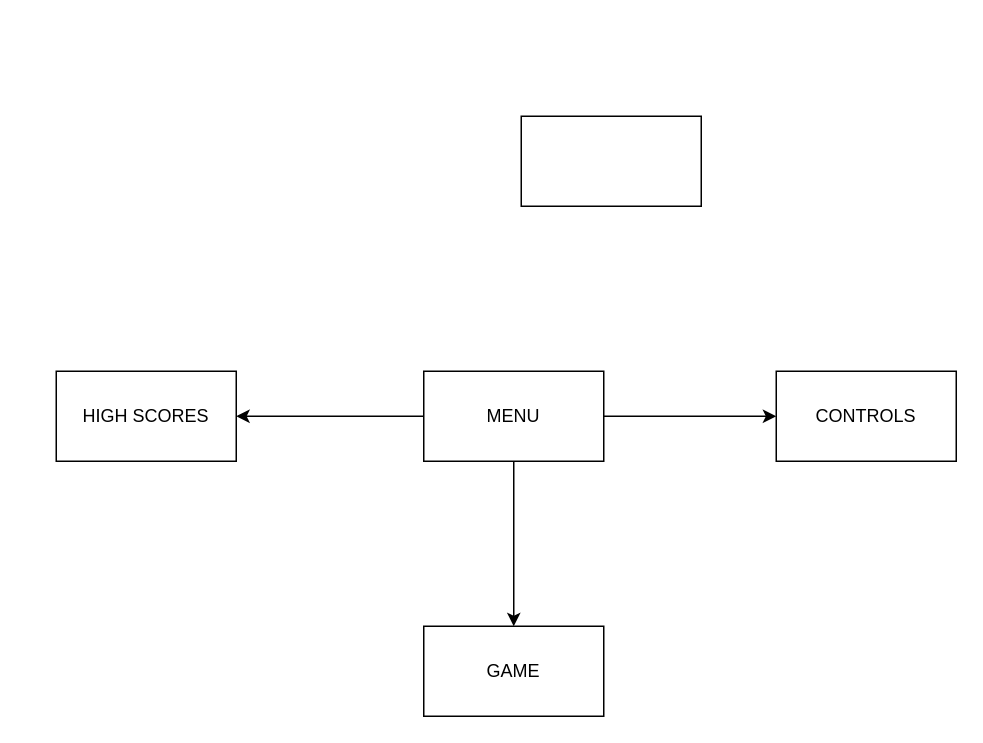
Llordy/RESTLESS keeps this draw.io diagram as page "MAIN MENU" (1 of 2) of Design.drawio. Above is the earlier version. Source tidied: cells renumbered, new cells numbered last; positions are measured from the earlier drawing's top-left corner, leaving out a move shared by most shapes. Both pictures are drawn from the tidied source at 150%, with x=0, y=0 at pixel (56, 116).
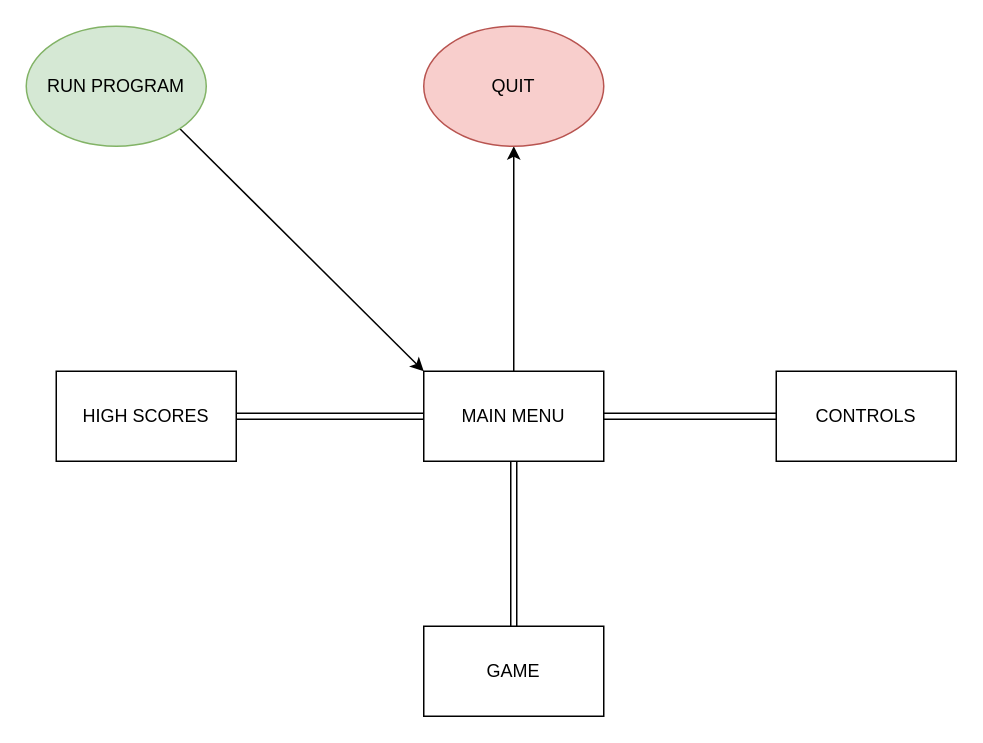
After the change.

Diff of the diagram source:
```diff
@@
 <mxGraphModel>
   <root>
     <mxCell id="0" />
     <mxCell id="1" parent="0" />
-    <mxCell id="2" style="edgeStyle=orthogonalEdgeStyle;rounded=0;jettySize=auto;html=1;" parent="1" edge="1" source="5">
+    <mxCell id="2" style="edgeStyle=orthogonalEdgeStyle;rounded=0;jettySize=auto;html=1;shape=link;" parent="1" edge="1" source="5">
       <mxGeometry relative="1" as="geometry">
         <mxPoint x="305" y="340" as="targetPoint" />
       </mxGeometry>
     </mxCell>
-    <mxCell id="3" style="edgeStyle=orthogonalEdgeStyle;rounded=0;jettySize=auto;html=1;entryX=1;entryY=0.5;entryDx=0;entryDy=0;" parent="1" edge="1" source="5" target="7">
+    <mxCell id="3" style="edgeStyle=orthogonalEdgeStyle;rounded=0;jettySize=auto;html=1;entryX=1;entryY=0.5;entryDx=0;entryDy=0;shape=link;" parent="1" edge="1" source="5" target="7">
       <mxGeometry relative="1" as="geometry" />
     </mxCell>
-    <mxCell id="4" style="edgeStyle=orthogonalEdgeStyle;rounded=0;jettySize=auto;html=1;entryX=0;entryY=0.5;entryDx=0;entryDy=0;" parent="1" edge="1" source="5" target="8">
+    <mxCell id="4" style="edgeStyle=orthogonalEdgeStyle;rounded=0;jettySize=auto;html=1;entryX=0;entryY=0.5;entryDx=0;entryDy=0;shape=link;" parent="1" edge="1" source="5" target="8">
       <mxGeometry relative="1" as="geometry" />
     </mxCell>
+    <mxCell id="10" style="edgeStyle=orthogonalEdgeStyle;rounded=0;jettySize=auto;html=1;entryX=0.5;entryY=1;entryDx=0;entryDy=0;" parent="1" edge="1" source="5" target="13">
+      <mxGeometry relative="1" as="geometry" />
+    </mxCell>
+    <mxCell id="11" style="rounded=0;jettySize=auto;html=1;exitX=1;exitY=1;exitDx=0;exitDy=0;entryX=0;entryY=0;entryDx=0;entryDy=0;" parent="1" edge="1" source="12" target="5">
+      <mxGeometry relative="1" as="geometry" />
+    </mxCell>
-    <mxCell id="5" value="MENU" style="whiteSpace=wrap;html=1;" parent="1" vertex="1">
+    <mxCell id="5" value="MAIN MENU" style="whiteSpace=wrap;html=1;" parent="1" vertex="1">
       <mxGeometry x="245" y="170" width="120" height="60" as="geometry" />
     </mxCell>
     <mxCell id="6" value="GAME" style="whiteSpace=wrap;html=1;" parent="1" vertex="1">
       <mxGeometry x="245" y="340" width="120" height="60" as="geometry" />
     </mxCell>
     <mxCell id="7" value="HIGH SCORES" style="rounded=0;whiteSpace=wrap;html=1;" parent="1" vertex="1">
       <mxGeometry y="170" width="120" height="60" as="geometry" />
     </mxCell>
     <mxCell id="8" value="CONTROLS" style="whiteSpace=wrap;html=1;" parent="1" vertex="1">
       <mxGeometry x="480" y="170" width="120" height="60" as="geometry" />
     </mxCell>
-    <mxCell id="9" style="whiteSpace=wrap;html=1;" parent="1" vertex="1">
-      <mxGeometry x="310" width="120" height="60" as="geometry" />
-    </mxCell>
+    <mxCell id="12" value="RUN PROGRAM" style="ellipse;whiteSpace=wrap;html=1;fillColor=#d5e8d4;strokeColor=#82b366;" parent="1" vertex="1">
+      <mxGeometry x="-20" y="-60" width="120" height="80" as="geometry" />
+    </mxCell>
+    <mxCell id="13" value="QUIT" style="ellipse;whiteSpace=wrap;html=1;fillColor=#f8cecc;strokeColor=#b85450;" parent="1" vertex="1">
+      <mxGeometry x="245" y="-60" width="120" height="80" as="geometry" />
+    </mxCell>
   </root>
 </mxGraphModel>
```
